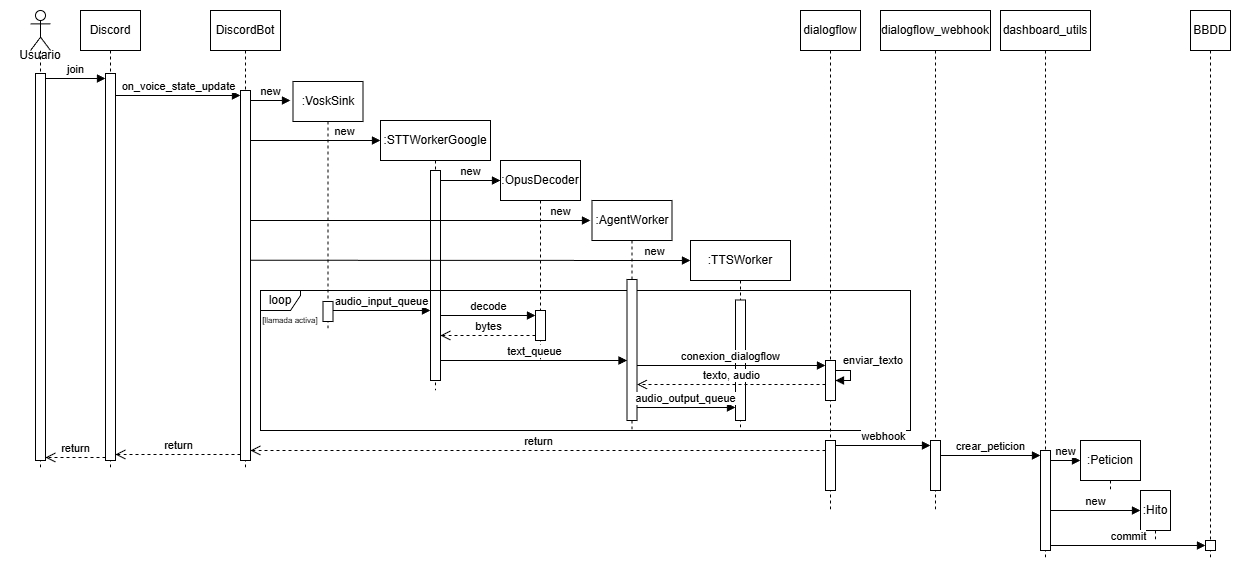
humaral/tfg keeps this draw.io diagram as documents/img/diagramas/secuencia_llamada_telefonica.png. Above is the earlier version. Source tidied: cells renumbered, new cells last; positions are measured from the earlier drawing's top-left corner, leaving out a move shared by most shapes.
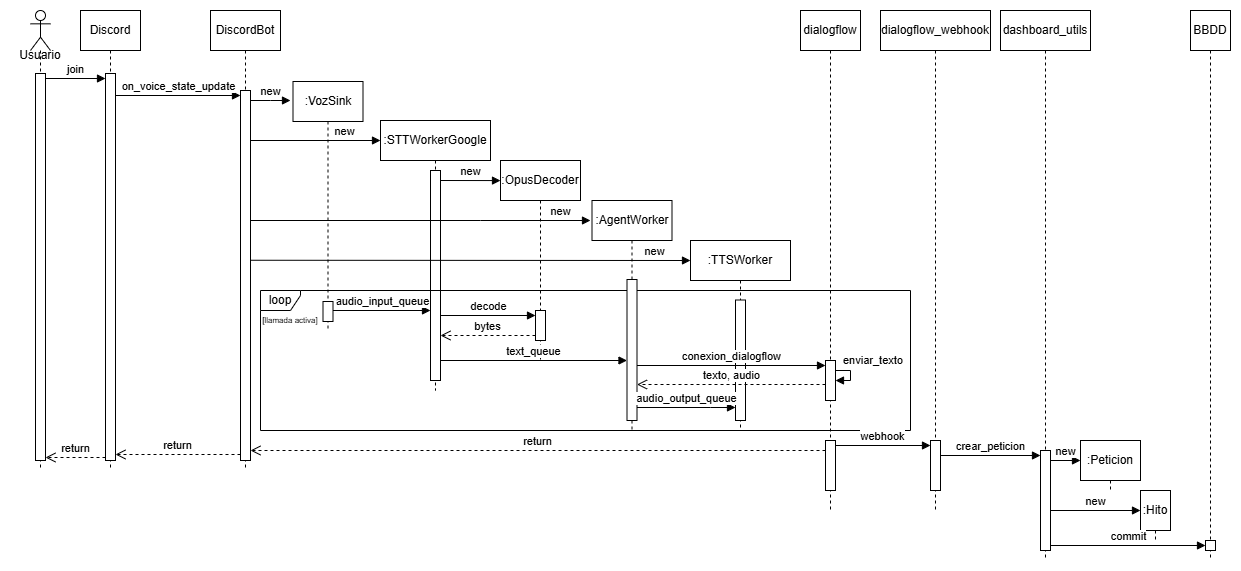
Above is the later version.

Diff of the diagram source:
```diff
@@ -65,7 +65,7 @@
     <mxCell id="22" value="on_voice_state_update" style="html=1;verticalAlign=bottom;endArrow=block;curved=0;rounded=0;entryX=0;entryY=0;entryDx=0;entryDy=5;" parent="1" edge="1" source="20" target="8">
       <mxGeometry relative="1" as="geometry" />
     </mxCell>
-    <mxCell id="23" value=":VoskSink" style="shape=umlLifeline;perimeter=lifelinePerimeter;whiteSpace=wrap;html=1;newEdgeStyle={&quot;curved&quot;:0,&quot;rounded&quot;:0};" parent="1" vertex="1">
+    <mxCell id="23" value=":VozSink" style="shape=umlLifeline;perimeter=lifelinePerimeter;whiteSpace=wrap;html=1;newEdgeStyle={&quot;curved&quot;:0,&quot;rounded&quot;:0};" parent="1" vertex="1">
       <mxGeometry x="282.5" y="71" width="70" height="249" as="geometry" />
     </mxCell>
     <mxCell id="24" style="html=1;perimeter=orthogonalPerimeter;targetShapes=umlLifeline;newEdgeStyle={&quot;curved&quot;:0,&quot;rounded&quot;:0};" parent="23" vertex="1">
```
